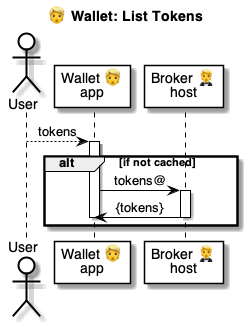
Above: 5 ⏩ Flows/90 🧑‍🦰👉 Wallets/40 👉🎫 Tokens/.📎 Assets/⚙️ List.png in pollyweb-org/pollyweb-docs (PlantUML), before the change. Its source is kept beside it as 5 ⏩ Flows/90 🧑‍🦰👉 Wallets/40 👉🎫 Tokens/.📎 Assets/⚙️ List.puml.
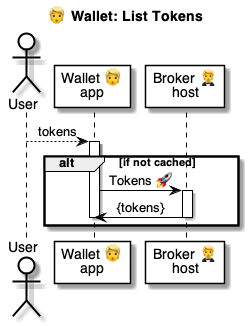
Later version of the same file.

The edit, as a diff of the source:
```diff
@@ -14,7 +14,7 @@
 alt if not cached
 
     activate wallet
-        wallet -> broker: tokens@
+        wallet -> broker: Tokens 🚀
 
         activate broker
             broker -> wallet: {tokens}
```
